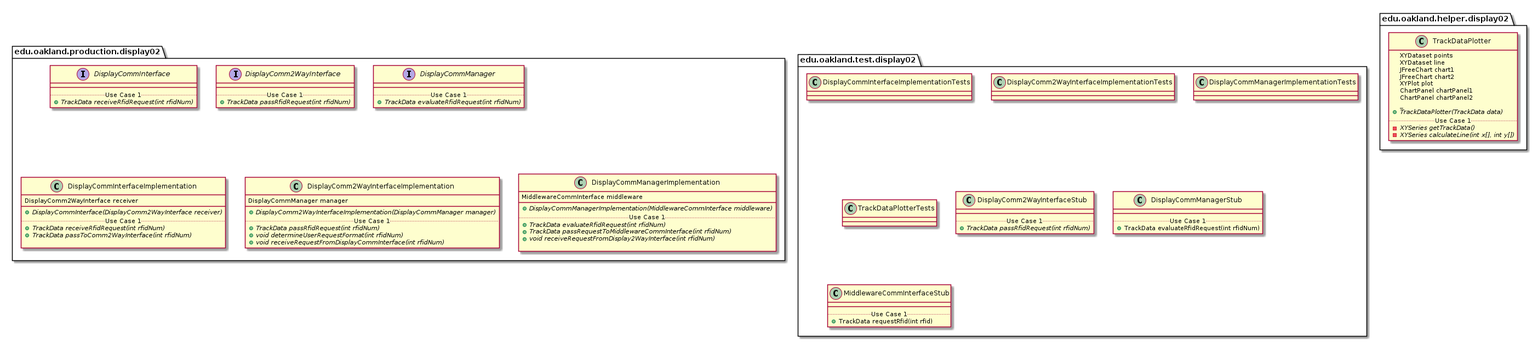
The PlantUML diagram docs/uml-class-diagrams/display02/Display02Packages.png in andrewdimmer/csi-3370-software-project, before a commit.
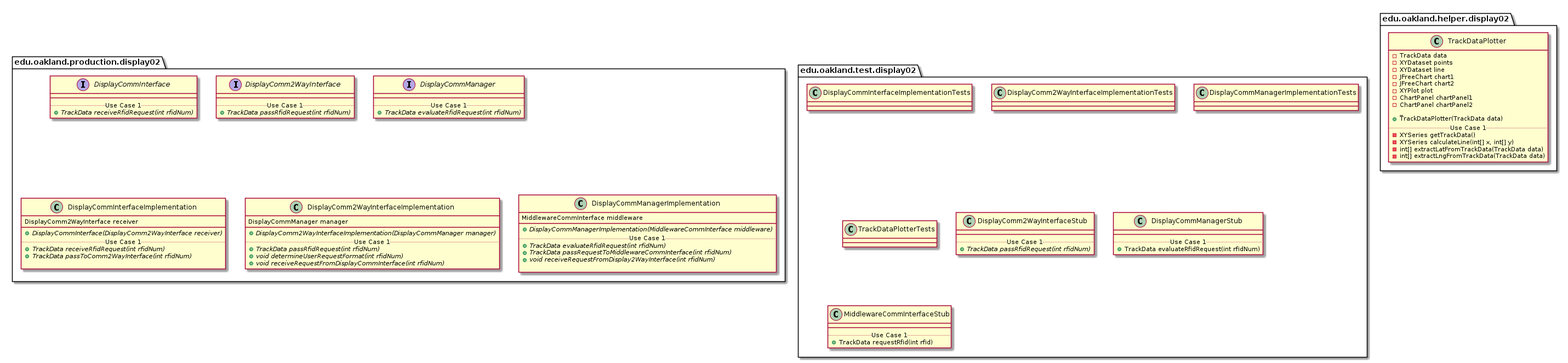
After the change.

The edit, as a diff of the source:
```diff
@@ -142,18 +142,21 @@
 
 package edu.oakland.helper.display02 {
     class TrackDataPlotter {
-    XYDataset points
-    XYDataset line
-    JFreeChart chart1
-    JFreeChart chart2
-    XYPlot plot
-    ChartPanel chartPanel1
-    ChartPanel chartPanel2
-    _
-    {abstract} + TrackDataPlotter(TrackData data)
-    .. Use Case 1 ..
-    {abstract} - XYSeries getTrackData()
-    {abstract} - XYSeries calculateLine(int x[], int y[])
+        - TrackData data
+        - XYDataset points
+        - XYDataset line
+        - JFreeChart chart1
+        - JFreeChart chart2
+        - XYPlot plot
+        - ChartPanel chartPanel1
+        - ChartPanel chartPanel2
+        _
+        + TrackDataPlotter(TrackData data)
+        .. Use Case 1 ..
+        - XYSeries getTrackData()
+        - XYSeries calculateLine(int[] x, int[] y)
+        - int[] extractLatFromTrackData(TrackData data)
+        - int[] extractLngFromTrackData(TrackData data)
     }
 }
 
```
